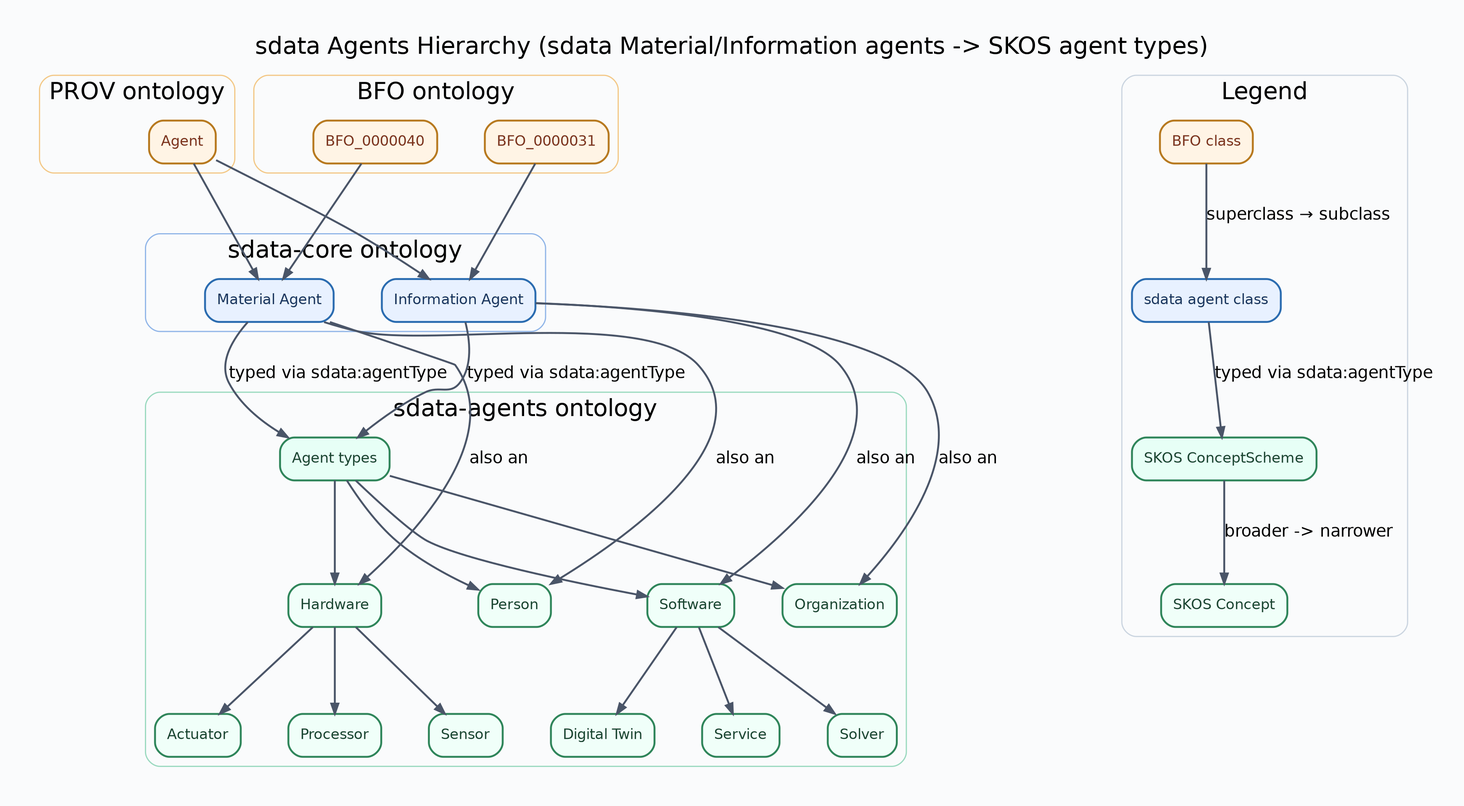
The Graphviz diagram docs/diagrams/sdata-agents-hierarchy.png in lepy/sdata-ontology, before a commit. Its source is kept beside it as docs/diagrams/sdata-agents-hierarchy.dot.
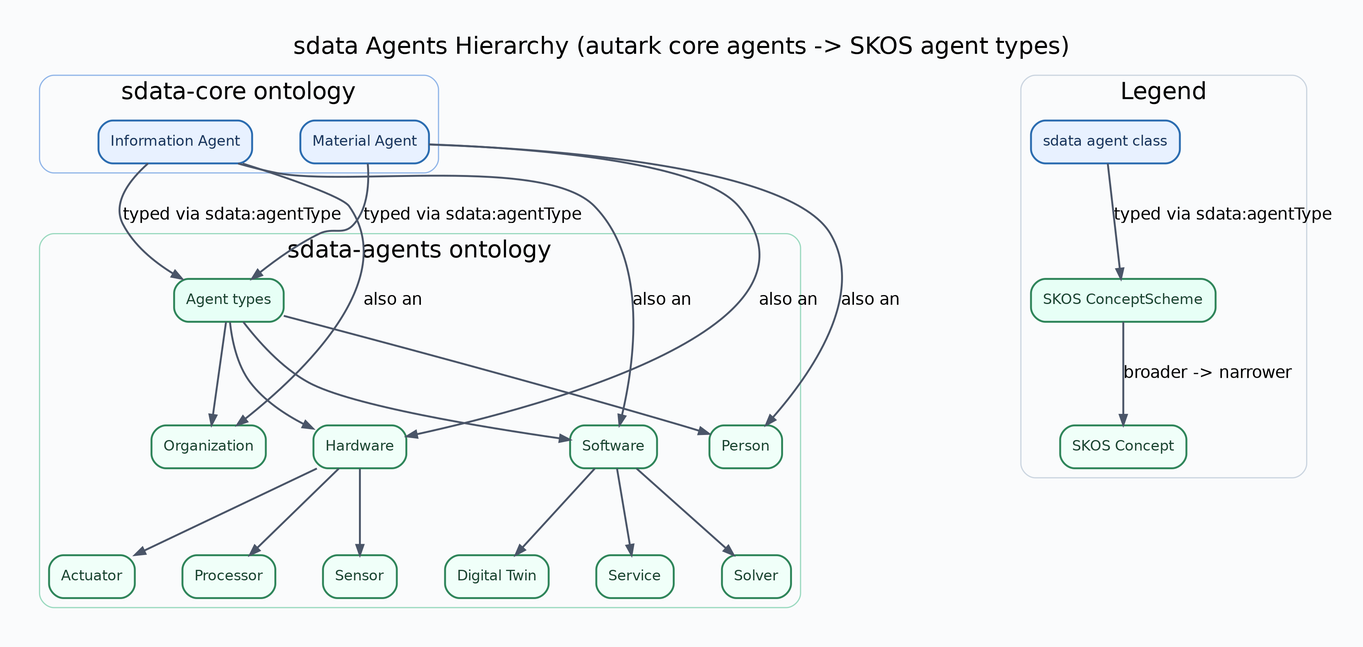
The same file after the commit.

What changed in the source:
```diff
@@ -2,7 +2,7 @@
 	graph [bgcolor="#FAFBFC",
 		fontname=Helvetica,
 		fontsize=20,
-		label="sdata Agents Hierarchy (sdata Material/Information agents -> SKOS agent types)",
+		label="sdata Agents Hierarchy (autark core agents -> SKOS agent types)",
 		labeljust=c,
 		labelloc=t,
 		nodesep=0.55,
@@ -25,38 +25,6 @@
 		fontname=Helvetica,
 		penwidth=1.6
 	];
-	subgraph cluster_prov {
-		graph [color="#F3C887",
-			label="PROV ontology",
-			style=rounded
-		];
-		"http://www.w3.org/ns/prov#Agent"	[color="#B7791F",
-			fillcolor="#FFF4E5",
-			fontcolor="#7B341E",
-			label=Agent];
-		__anchor_prov	[height=0,
-			label="",
-			style=invis,
-			width=0];
-	}
-	subgraph cluster_bfo {
-		graph [color="#F3C887",
-			label="BFO ontology",
-			style=rounded
-		];
-		"http://purl.obolibrary.org/obo/BFO_0000031"	[color="#B7791F",
-			fillcolor="#FFF4E5",
-			fontcolor="#7B341E",
-			label=BFO_0000031];
-		"http://purl.obolibrary.org/obo/BFO_0000040"	[color="#B7791F",
-			fillcolor="#FFF4E5",
-			fontcolor="#7B341E",
-			label=BFO_0000040];
-		__anchor_bfo	[height=0,
-			label="",
-			style=invis,
-			width=0];
-	}
 	subgraph cluster_core {
 		graph [color="#90B5E8",
 			label="sdata-core ontology",
@@ -143,21 +111,12 @@
 			fontcolor="#1C4532",
 			label="SKOS ConceptScheme"];
 		legend_sdata -> legend_scheme	[label="typed via sdata:agentType"];
-		legend_bfo	[color="#B7791F",
-			fillcolor="#FFF4E5",
-			fontcolor="#7B341E",
-			label="BFO class"];
-		legend_bfo -> legend_sdata	[label="superclass → subclass"];
 		legend_concept	[color="#2F855A",
 			fillcolor="#F0FFF9",
 			fontcolor="#1C4532",
 			label="SKOS Concept"];
 		legend_scheme -> legend_concept	[label="broader -> narrower"];
 	}
-	"http://purl.obolibrary.org/obo/BFO_0000031" -> "https://w3id.org/sdata/core/InformationAgent";
-	"http://purl.obolibrary.org/obo/BFO_0000040" -> "https://w3id.org/sdata/core/MaterialAgent";
-	"http://www.w3.org/ns/prov#Agent" -> "https://w3id.org/sdata/core/InformationAgent";
-	"http://www.w3.org/ns/prov#Agent" -> "https://w3id.org/sdata/core/MaterialAgent";
 	"https://w3id.org/sdata/core/InformationAgent" -> "https://w3id.org/sdata/vocab/agents/AgentTypeScheme"	[label="typed via sdata:agentType"];
 	"https://w3id.org/sdata/core/InformationAgent" -> "https://w3id.org/sdata/vocab/agents/Organization"	[label="also an"];
 	"https://w3id.org/sdata/core/InformationAgent" -> "https://w3id.org/sdata/vocab/agents/Software"	[label="also an"];
@@ -174,10 +133,6 @@
 	"https://w3id.org/sdata/vocab/agents/Software" -> "https://w3id.org/sdata/vocab/agents/DigitalTwin";
 	"https://w3id.org/sdata/vocab/agents/Software" -> "https://w3id.org/sdata/vocab/agents/Service";
 	"https://w3id.org/sdata/vocab/agents/Software" -> "https://w3id.org/sdata/vocab/agents/Solver";
-	__anchor_prov -> __anchor_core	[style=invis,
-		weight=20];
-	__anchor_bfo -> __anchor_core	[style=invis,
-		weight=20];
 	__anchor_core -> __anchor_agents	[style=invis,
 		weight=20];
 }
```
